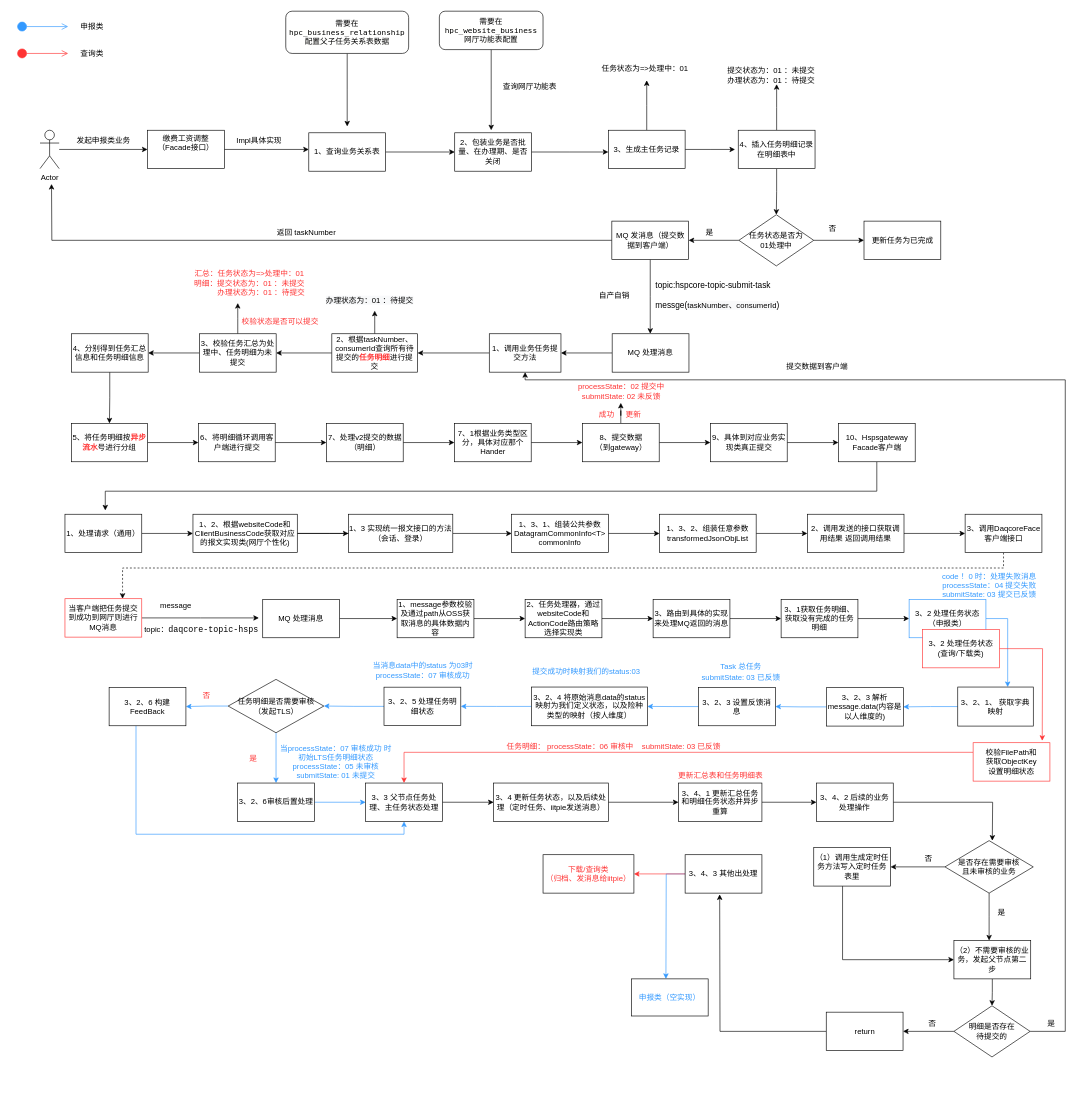
Before: 人社底层详细解析流程图.drawio in YYB1024/myRemoteRepo, a draw.io diagram. Source tidied: cells renumbered, new cells numbered last; positions are measured from the earlier drawing's top-left corner, leaving out a move shared by most shapes. Both pictures are drawn from the tidied source at 64%, with x=0, y=0 at pixel (17, 11).
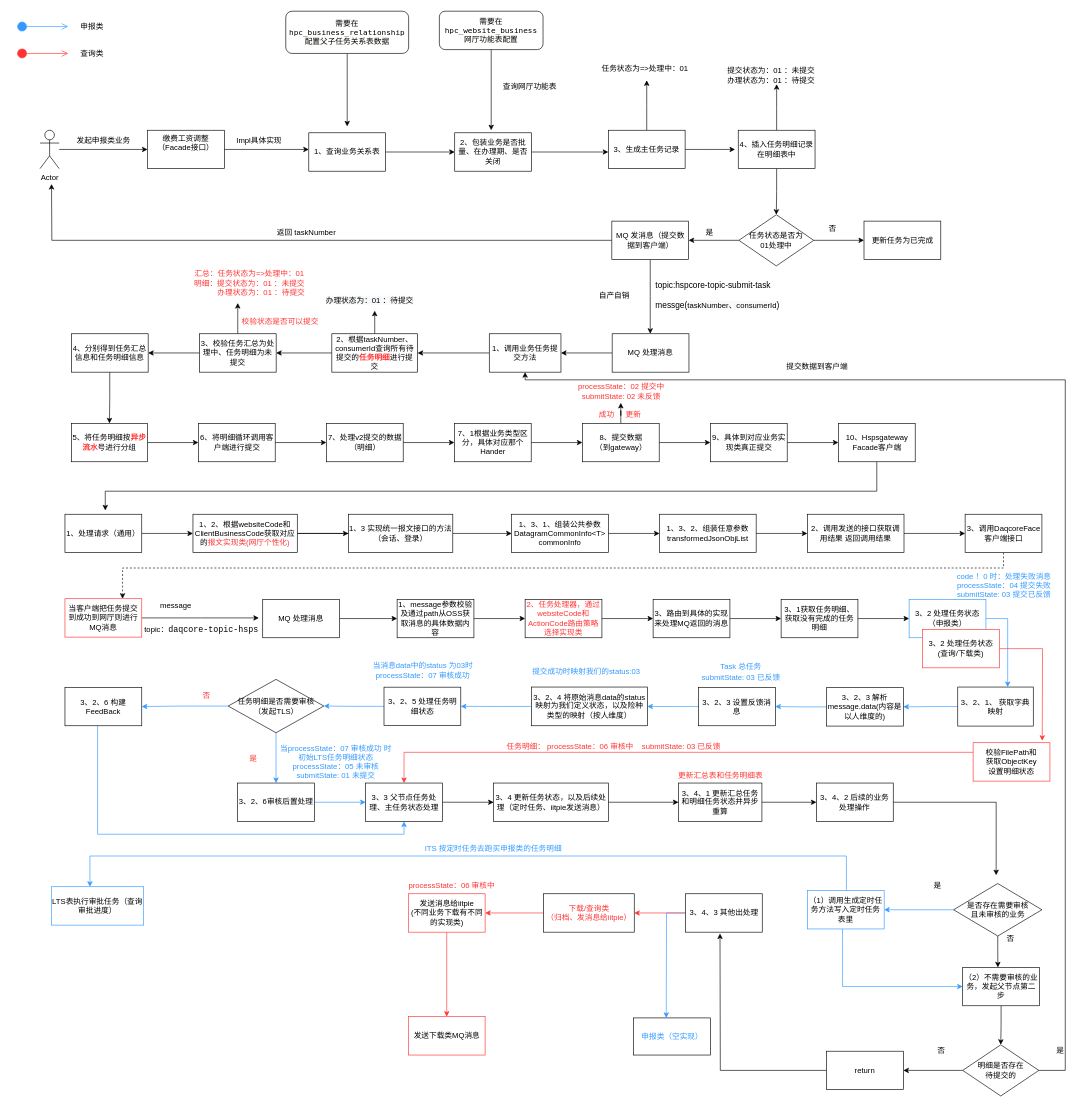
The same page after the edit.

Commit message:
更新人社底层详细解析流程图.drawio

Unchanged cells that the change refers to:
```xml
<mxCell id="43" value="1、调用业务任务提交方法" style="whiteSpace=wrap;html=1;rounded=0;" parent="1" vertex="1">
  <mxGeometry x="738" y="504" width="112" height="60" as="geometry" />
</mxCell>
<mxCell id="131" value="3、3 父节点任务处理、主任务状态处理" style="whiteSpace=wrap;html=1;rounded=0;" parent="1" vertex="1">
  <mxGeometry x="544.8" y="1206" width="120" height="60" as="geometry" />
</mxCell>
<mxCell id="137" value="3、4、2 后续的业务处理操作" style="whiteSpace=wrap;html=1;rounded=0;" parent="1" vertex="1">
  <mxGeometry x="1249.2" y="1206" width="120" height="60" as="geometry" />
</mxCell>
```

What changed in the source:
```diff
@@
-    <mxCell id="78" value="&lt;font color=&quot;#000000&quot;&gt;1、2、根据websiteCode和ClientBusinessCode获取对应的报文实现类(网厅个性化)&lt;br&gt;&lt;/font&gt;" style="whiteSpace=wrap;html=1;fontColor=#FFFFFF;" parent="1" vertex="1">
+    <mxCell id="78" value="&lt;font color=&quot;#000000&quot;&gt;1、2、根据websiteCode和ClientBusinessCode获取对应的&lt;/font&gt;&lt;font color=&quot;#ff3333&quot;&gt;报文实现类(网厅个性化)&lt;/font&gt;" style="whiteSpace=wrap;html=1;fontColor=#FFFFFF;" parent="1" vertex="1">
       <mxGeometry x="275" y="786" width="163" height="60" as="geometry" />
     </mxCell>
@@
-    <mxCell id="98" value="2、任务处理器，通过websiteCode和ActionCode路由策略选择实现类" style="whiteSpace=wrap;html=1;rounded=0;" parent="1" vertex="1">
+    <mxCell id="98" value="&lt;font color=&quot;#ff3333&quot;&gt;2、任务处理器，通过websiteCode和ActionCode路由策略选择实现类&lt;/font&gt;" style="whiteSpace=wrap;html=1;rounded=0;" parent="1" vertex="1">
       <mxGeometry x="794" y="919" width="120" height="60" as="geometry" />
     </mxCell>
@@
     <mxCell id="109" value="&lt;font color=&quot;#3399ff&quot;&gt;code ！0 时：处理失败消息&lt;br&gt;processState：04 提交失败&lt;br&gt;submitState: 03 提交已反馈&lt;/font&gt;" style="text;html=1;align=center;verticalAlign=middle;strokeColor=none;fillColor=none;fontColor=#FF3333;" parent="1" vertex="1">
-      <mxGeometry x="1438" y="870" width="162" height="54" as="geometry" />
+      <mxGeometry x="1460.5" y="870" width="162" height="54" as="geometry" />
     </mxCell>
@@
     <mxCell id="126" style="edgeStyle=orthogonalEdgeStyle;rounded=0;jettySize=auto;html=1;entryX=0.5;entryY=1;entryDx=0;entryDy=0;fontColor=#FF3333;strokeColor=#3399FF;" parent="1" edge="1" source="127" target="131">
       <mxGeometry relative="1" as="geometry">
         <Array as="points">
-          <mxPoint x="186" y="1286" />
+          <mxPoint x="126" y="1286" />
           <mxPoint x="605" y="1286" />
         </Array>
       </mxGeometry>
     </mxCell>
     <mxCell id="127" value="3、2、6 构建FeedBack" style="whiteSpace=wrap;html=1;rounded=0;" parent="1" vertex="1">
-      <mxGeometry x="144" y="1056.5" width="120" height="60" as="geometry" />
+      <mxGeometry x="75" y="1056.5" width="120" height="60" as="geometry" />
     </mxCell>
@@
     <mxCell id="136" style="edgeStyle=orthogonalEdgeStyle;rounded=0;jettySize=auto;html=1;" parent="1" edge="1" source="137">
       <mxGeometry relative="1" as="geometry">
-        <mxPoint x="1524" y="1296" as="targetPoint" />
+        <mxPoint x="1530" y="1350" as="targetPoint" />
+        <Array as="points">
+          <mxPoint x="1530" y="1236" />
+        </Array>
       </mxGeometry>
     </mxCell>
@@
-    <mxCell id="138" style="edgeStyle=orthogonalEdgeStyle;rounded=0;jettySize=auto;html=1;entryX=1;entryY=0.5;entryDx=0;entryDy=0;" parent="1" edge="1" source="140" target="145">
+    <mxCell id="138" style="edgeStyle=orthogonalEdgeStyle;rounded=0;jettySize=auto;html=1;entryX=1;entryY=0.5;entryDx=0;entryDy=0;strokeColor=#3399FF;" parent="1" edge="1" source="140" target="145">
       <mxGeometry relative="1" as="geometry" />
     </mxCell>
     <mxCell id="139" style="edgeStyle=orthogonalEdgeStyle;rounded=0;jettySize=auto;html=1;" parent="1" edge="1" source="140">
       <mxGeometry relative="1" as="geometry">
-        <mxPoint x="1519" y="1452" as="targetPoint" />
+        <mxPoint x="1532.7" y="1494" as="targetPoint" />
       </mxGeometry>
     </mxCell>
     <mxCell id="140" value="是否存在需要审核&lt;br&gt;且未审核的业务" style="rhombus;whiteSpace=wrap;html=1;" parent="1" vertex="1">
-      <mxGeometry x="1450" y="1296" width="138" height="82" as="geometry" />
+      <mxGeometry x="1463.5" y="1363" width="138" height="82" as="geometry" />
     </mxCell>
@@
     <mxCell id="142" value="（2）不需要审核的业务，发起父节点第二步" style="whiteSpace=wrap;html=1;" parent="1" vertex="1">
-      <mxGeometry x="1464" y="1452" width="120" height="60" as="geometry" />
+      <mxGeometry x="1477.7" y="1494" width="120" height="60" as="geometry" />
     </mxCell>
-    <mxCell id="143" value="否" style="text;html=1;align=center;verticalAlign=middle;strokeColor=none;fillColor=none;" parent="1" vertex="1">
-      <mxGeometry x="1409" y="1312" width="30" height="24" as="geometry" />
+    <mxCell id="143" value="是" style="text;html=1;align=center;verticalAlign=middle;strokeColor=none;fillColor=none;" parent="1" vertex="1">
+      <mxGeometry x="1422.7" y="1354" width="30" height="24" as="geometry" />
     </mxCell>
+    <mxCell id="166" style="edgeStyle=orthogonalEdgeStyle;rounded=0;jettySize=auto;html=1;fontColor=#FF3333;strokeColor=#3399FF;" parent="1" edge="1" source="145">
+      <mxGeometry relative="1" as="geometry">
+        <mxPoint x="114" y="1368" as="targetPoint" />
+        <Array as="points">
+          <mxPoint x="1296" y="1320" />
+          <mxPoint x="114" y="1320" />
+        </Array>
+      </mxGeometry>
+    </mxCell>
-    <mxCell id="144" style="edgeStyle=orthogonalEdgeStyle;rounded=0;jettySize=auto;html=1;entryX=0;entryY=0.5;entryDx=0;entryDy=0;fontColor=#FF3333;" parent="1" edge="1" source="145" target="142">
+    <mxCell id="144" style="edgeStyle=orthogonalEdgeStyle;rounded=0;jettySize=auto;html=1;entryX=0;entryY=0.5;entryDx=0;entryDy=0;fontColor=#3399FF;strokeColor=#3399FF;" parent="1" edge="1" source="145" target="142">
       <mxGeometry relative="1" as="geometry">
         <Array as="points">
-          <mxPoint x="1290" y="1482" />
+          <mxPoint x="1290" y="1524" />
         </Array>
       </mxGeometry>
     </mxCell>
-    <mxCell id="145" value="（1）调用生成定时任务方法写入定时任务表里" style="whiteSpace=wrap;html=1;" parent="1" vertex="1">
-      <mxGeometry x="1245" y="1307" width="120" height="60" as="geometry" />
+    <mxCell id="145" value="（1）调用生成定时任务方法写入定时任务表里" style="whiteSpace=wrap;html=1;strokeColor=#3399FF;" parent="1" vertex="1">
+      <mxGeometry x="1235" y="1374" width="120" height="60" as="geometry" />
     </mxCell>
-    <mxCell id="146" value="是" style="text;html=1;align=center;verticalAlign=middle;strokeColor=none;fillColor=none;" parent="1" vertex="1">
-      <mxGeometry x="1523" y="1396" width="30" height="24" as="geometry" />
+    <mxCell id="146" value="否" style="text;html=1;align=center;verticalAlign=middle;strokeColor=none;fillColor=none;" parent="1" vertex="1">
+      <mxGeometry x="1536.7" y="1438" width="30" height="24" as="geometry" />
     </mxCell>
+    <mxCell id="148" style="edgeStyle=orthogonalEdgeStyle;rounded=0;jettySize=auto;html=1;exitX=1;exitY=0.5;exitDx=0;exitDy=0;" parent="1" edge="1" source="149" target="43">
+      <mxGeometry relative="1" as="geometry">
+        <Array as="points">
+          <mxPoint x="1638" y="1655" />
+          <mxPoint x="1638" y="576" />
+          <mxPoint x="794" y="576" />
+        </Array>
+      </mxGeometry>
+    </mxCell>
-    <mxCell id="147" style="edgeStyle=orthogonalEdgeStyle;rounded=0;jettySize=auto;html=1;" parent="1" edge="1" source="149" target="151">
+    <mxCell id="147" style="edgeStyle=orthogonalEdgeStyle;rounded=0;jettySize=auto;html=1;fontColor=#3399FF;strokeColor=#000000;" parent="1" edge="1" source="149" target="151">
       <mxGeometry relative="1" as="geometry" />
     </mxCell>
-    <mxCell id="148" style="edgeStyle=orthogonalEdgeStyle;rounded=0;jettySize=auto;html=1;" parent="1" edge="1" source="149" target="43">
-      <mxGeometry relative="1" as="geometry">
-        <Array as="points">
-          <mxPoint x="1638" y="1594" />
-          <mxPoint x="1638" y="576" />
-          <mxPoint x="794" y="576" />
-        </Array>
-      </mxGeometry>
-    </mxCell>
     <mxCell id="149" value="明细是否存在&lt;br&gt;待提交的" style="rhombus;whiteSpace=wrap;html=1;" parent="1" vertex="1">
-      <mxGeometry x="1464" y="1554" width="119" height="80" as="geometry" />
+      <mxGeometry x="1477.7" y="1615" width="119" height="80" as="geometry" />
     </mxCell>
     <mxCell id="150" style="edgeStyle=orthogonalEdgeStyle;rounded=0;jettySize=auto;html=1;" parent="1" edge="1" source="151">
       <mxGeometry relative="1" as="geometry">
-        <mxPoint x="1098" y="1380" as="targetPoint" />
+        <mxPoint x="1098.5" y="1441" as="targetPoint" />
       </mxGeometry>
     </mxCell>
     <mxCell id="151" value="return" style="whiteSpace=wrap;html=1;" parent="1" vertex="1">
-      <mxGeometry x="1264.5" y="1564" width="120" height="60" as="geometry" />
+      <mxGeometry x="1265" y="1625" width="120" height="60" as="geometry" />
     </mxCell>
     <mxCell id="152" value="否" style="text;html=1;align=center;verticalAlign=middle;strokeColor=none;fillColor=none;" parent="1" vertex="1">
-      <mxGeometry x="1415" y="1570" width="30" height="24" as="geometry" />
+      <mxGeometry x="1428.7" y="1612" width="30" height="24" as="geometry" />
     </mxCell>
     <mxCell id="153" value="是" style="text;html=1;align=center;verticalAlign=middle;strokeColor=none;fillColor=none;" parent="1" vertex="1">
-      <mxGeometry x="1601" y="1570" width="30" height="24" as="geometry" />
+      <mxGeometry x="1614.7" y="1612" width="30" height="24" as="geometry" />
     </mxCell>
@@
     <mxCell id="156" style="edgeStyle=orthogonalEdgeStyle;rounded=0;jettySize=auto;html=1;fontColor=#FF3333;strokeColor=#3399FF;" parent="1" edge="1" source="158">
       <mxGeometry relative="1" as="geometry">
-        <mxPoint x="1014" y="1512" as="targetPoint" />
+        <mxPoint x="1014.5" y="1573" as="targetPoint" />
       </mxGeometry>
     </mxCell>
@@
     <mxCell id="158" value="3、4、3 其他出处理" style="whiteSpace=wrap;html=1;" parent="1" vertex="1">
-      <mxGeometry x="1044" y="1318" width="120" height="60" as="geometry" />
+      <mxGeometry x="1044.5" y="1379" width="120" height="60" as="geometry" />
     </mxCell>
     <mxCell id="159" value="&lt;font color=&quot;#3399ff&quot;&gt;申报类（空实现）&lt;/font&gt;" style="whiteSpace=wrap;html=1;" parent="1" vertex="1">
-      <mxGeometry x="960" y="1512" width="120" height="58" as="geometry" />
+      <mxGeometry x="963.5" y="1573" width="120" height="58" as="geometry" />
     </mxCell>
+    <mxCell id="167" style="edgeStyle=orthogonalEdgeStyle;rounded=0;jettySize=auto;html=1;fontColor=#FF3333;strokeColor=#FF3333;" parent="1" edge="1" source="160" target="169">
+      <mxGeometry relative="1" as="geometry" />
+    </mxCell>
     <mxCell id="160" value="&lt;font color=&quot;#ff3333&quot;&gt;下载/查询类&lt;br&gt;（归档、发消息给iitpie）&lt;/font&gt;" style="whiteSpace=wrap;html=1;" parent="1" vertex="1">
-      <mxGeometry x="822" y="1318" width="142" height="60" as="geometry" />
+      <mxGeometry x="822.5" y="1379" width="142" height="60" as="geometry" />
     </mxCell>
@@
+    <mxCell id="168" style="edgeStyle=orthogonalEdgeStyle;rounded=0;jettySize=auto;html=1;fontColor=#FF3333;strokeColor=#FF3333;" parent="1" edge="1" source="169" target="171">
+      <mxGeometry relative="1" as="geometry" />
+    </mxCell>
+    <mxCell id="169" value="发送消息给iitpie&lt;br&gt;(不同业务下载有不同的实现类)" style="whiteSpace=wrap;html=1;strokeColor=#FF3333;" parent="1" vertex="1">
+      <mxGeometry x="611.5" y="1379" width="120" height="60" as="geometry" />
+    </mxCell>
+    <mxCell id="170" value="processState：06 审核中" style="text;html=1;align=center;verticalAlign=middle;strokeColor=none;fillColor=none;fontColor=#FF3333;" parent="1" vertex="1">
+      <mxGeometry x="603.5" y="1354" width="150" height="24" as="geometry" />
+    </mxCell>
+    <mxCell id="171" value="发送下载类MQ消息" style="whiteSpace=wrap;html=1;strokeColor=#FF3333;" parent="1" vertex="1">
+      <mxGeometry x="611.5" y="1571" width="120" height="60" as="geometry" />
+    </mxCell>
+    <mxCell id="172" value="&lt;font color=&quot;#3399ff&quot;&gt;ITS 按定时任务去跑买申报类的任务明细&lt;/font&gt;" style="text;html=1;align=center;verticalAlign=middle;strokeColor=none;fillColor=none;fontColor=#FF3333;" parent="1" vertex="1">
+      <mxGeometry x="629.5" y="1296" width="228" height="24" as="geometry" />
+    </mxCell>
+    <mxCell id="173" value="&lt;font color=&quot;#000000&quot;&gt;LTS表执行审批任务（查询审批进度）&lt;/font&gt;" style="rounded=0;whiteSpace=wrap;html=1;fontColor=#3399FF;strokeColor=#3399FF;" parent="1" vertex="1">
+      <mxGeometry x="54" y="1368" width="144" height="60" as="geometry" />
+    </mxCell>
```
